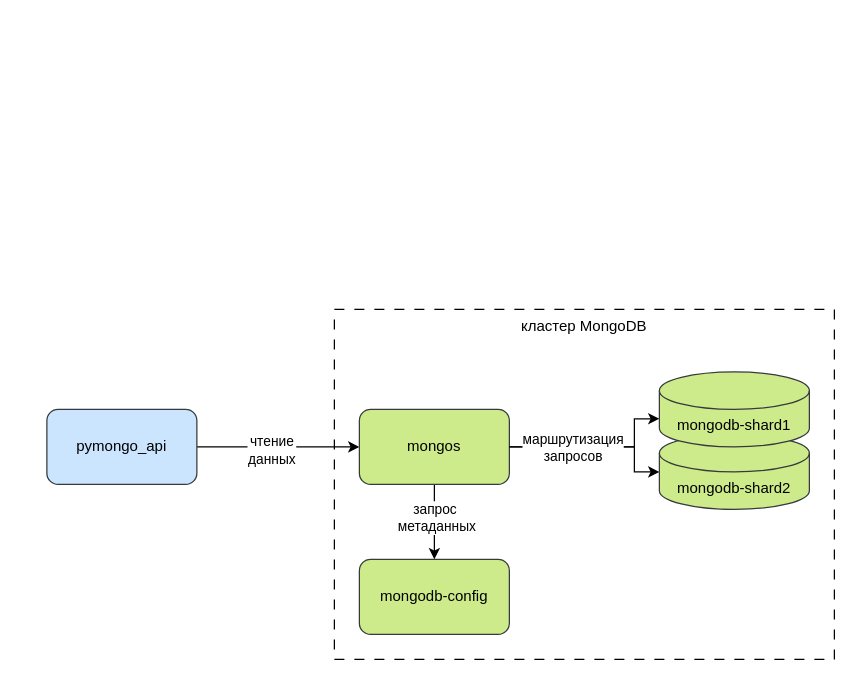
Above: page "sharding" (1 of 4) of bf_sharding.drawio in MorKaragh/drawings (draw.io), before the change. Source tidied: cells renumbered, new cells numbered last; positions are measured from the earlier drawing's top-left corner, leaving out a move shared by most shapes. Both pictures are drawn from the tidied source at 125%, with x=0, y=0 at pixel (46, 309).
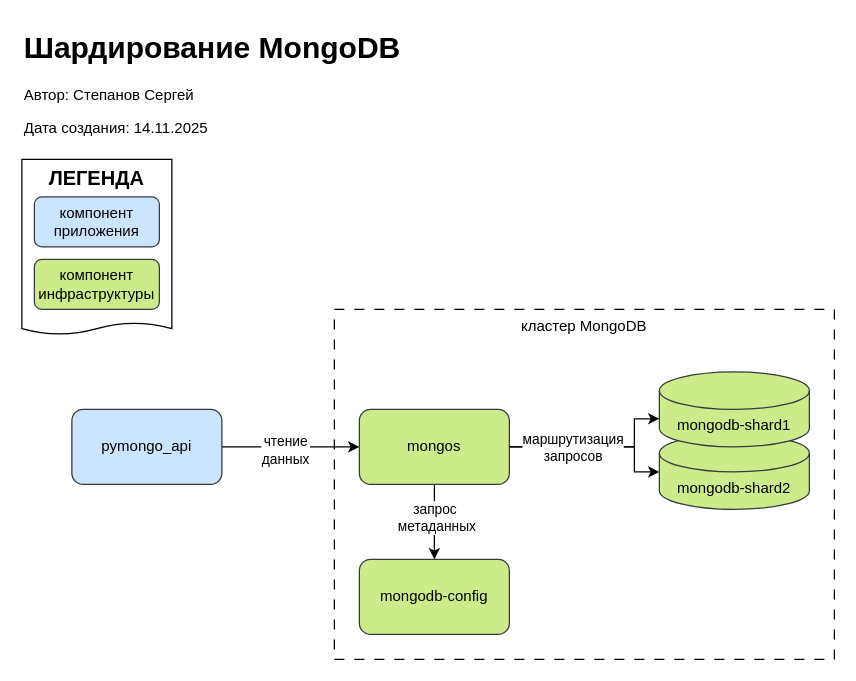
After the change.

What changed in the source:
```diff
@@
     <mxCell id="7" value="pymongo_api" style="rounded=1;whiteSpace=wrap;html=1;fillColor=#cce5ff;strokeColor=#36393d;" parent="1" vertex="1">
-      <mxGeometry y="80" width="120" height="60" as="geometry" />
+      <mxGeometry x="20" y="80" width="120" height="60" as="geometry" />
     </mxCell>
@@
+    <mxCell id="15" value="&lt;h1 style=&quot;margin-top: 0px;&quot;&gt;Шардирование MongoDB&lt;/h1&gt;&lt;p&gt;Автор: Степанов Сергей&lt;/p&gt;&lt;p&gt;Дата создания: 14.11.2025&lt;/p&gt;" style="text;html=1;whiteSpace=wrap;overflow=hidden;rounded=0;" parent="1" vertex="1">
+      <mxGeometry x="-20" y="-230" width="320" height="120" as="geometry" />
+    </mxCell>
+    <mxCell id="16" style="shape=document;whiteSpace=wrap;html=1;boundedLbl=1;size=0.06666666666666667;" parent="1" vertex="1">
+      <mxGeometry x="-20" y="-120" width="120" height="140" as="geometry" />
+    </mxCell>
+    <mxCell id="17" value="&lt;font style=&quot;font-size: 16px;&quot;&gt;ЛЕГЕНДА&lt;/font&gt;" style="text;html=1;whiteSpace=wrap;strokeColor=none;fillColor=none;align=center;verticalAlign=middle;rounded=0;fontStyle=1;" parent="1" vertex="1">
+      <mxGeometry x="-5" y="-120" width="90" height="30" as="geometry" />
+    </mxCell>
+    <mxCell id="18" value="компонент приложения" style="rounded=1;whiteSpace=wrap;html=1;fillColor=#cce5ff;strokeColor=#36393d;" parent="1" vertex="1">
+      <mxGeometry x="-10" y="-90" width="100" height="40" as="geometry" />
+    </mxCell>
+    <mxCell id="19" value="компонент инфраструктуры" style="rounded=1;whiteSpace=wrap;html=1;fillColor=#cdeb8b;strokeColor=#36393d;" parent="1" vertex="1">
+      <mxGeometry x="-10" y="-40" width="100" height="40" as="geometry" />
+    </mxCell>
```
